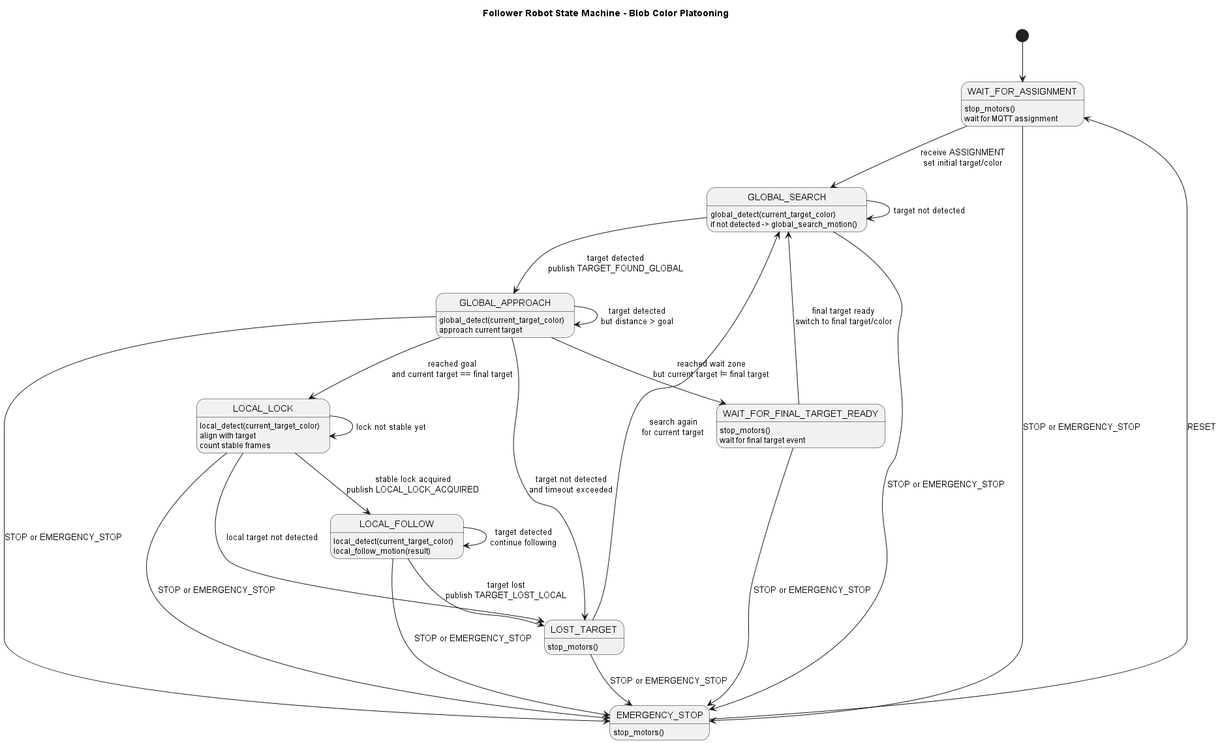
Miguel477713/Platooning-project keeps this PlantUML diagram as mqtt/plantuml_state_machine.png. Above is the earlier version. The source it was exported from:
```plantuml
@startuml
title Follower Robot State Machine - Blob Color Platooning

hide empty description

[*] --> WAIT_FOR_ASSIGNMENT

WAIT_FOR_ASSIGNMENT : stop_motors()
WAIT_FOR_ASSIGNMENT : wait for MQTT assignment
WAIT_FOR_ASSIGNMENT --> GLOBAL_SEARCH : receive ASSIGNMENT\nset initial target/color

GLOBAL_SEARCH : global_detect(current_target_color)
GLOBAL_SEARCH : if not detected -> global_search_motion()
GLOBAL_SEARCH --> GLOBAL_APPROACH : target detected\npublish TARGET_FOUND_GLOBAL
GLOBAL_SEARCH --> GLOBAL_SEARCH : target not detected

GLOBAL_APPROACH : global_detect(current_target_color)
GLOBAL_APPROACH : approach current target
GLOBAL_APPROACH --> LOST_TARGET : target not detected\nand timeout exceeded
GLOBAL_APPROACH --> GLOBAL_APPROACH : target detected\nbut distance > goal
GLOBAL_APPROACH --> LOCAL_LOCK : reached goal\nand current target == final target
GLOBAL_APPROACH --> WAIT_FOR_FINAL_TARGET_READY : reached wait zone\nbut current target != final target

WAIT_FOR_FINAL_TARGET_READY : stop_motors()
WAIT_FOR_FINAL_TARGET_READY : wait for final target event
WAIT_FOR_FINAL_TARGET_READY --> GLOBAL_SEARCH : final target ready\nswitch to final target/color

LOCAL_LOCK : local_detect(current_target_color)
LOCAL_LOCK : align with target
LOCAL_LOCK : count stable frames
LOCAL_LOCK --> LOST_TARGET : local target not detected
LOCAL_LOCK --> LOCAL_LOCK : lock not stable yet
LOCAL_LOCK --> LOCAL_FOLLOW : stable lock acquired\npublish LOCAL_LOCK_ACQUIRED

LOCAL_FOLLOW : local_detect(current_target_color)
LOCAL_FOLLOW : local_follow_motion(result)
LOCAL_FOLLOW --> LOCAL_FOLLOW : target detected\ncontinue following
LOCAL_FOLLOW --> LOST_TARGET : target lost\npublish TARGET_LOST_LOCAL

LOST_TARGET : stop_motors()
LOST_TARGET --> GLOBAL_SEARCH : search again\nfor current target

EMERGENCY_STOP : stop_motors()
EMERGENCY_STOP --> WAIT_FOR_ASSIGNMENT : RESET

WAIT_FOR_ASSIGNMENT --> EMERGENCY_STOP : STOP or EMERGENCY_STOP
GLOBAL_SEARCH --> EMERGENCY_STOP : STOP or EMERGENCY_STOP
GLOBAL_APPROACH --> EMERGENCY_STOP : STOP or EMERGENCY_STOP
WAIT_FOR_FINAL_TARGET_READY --> EMERGENCY_STOP : STOP or EMERGENCY_STOP
LOCAL_LOCK --> EMERGENCY_STOP : STOP or EMERGENCY_STOP
LOCAL_FOLLOW --> EMERGENCY_STOP : STOP or EMERGENCY_STOP
LOST_TARGET --> EMERGENCY_STOP : STOP or EMERGENCY_STOP

@enduml
```
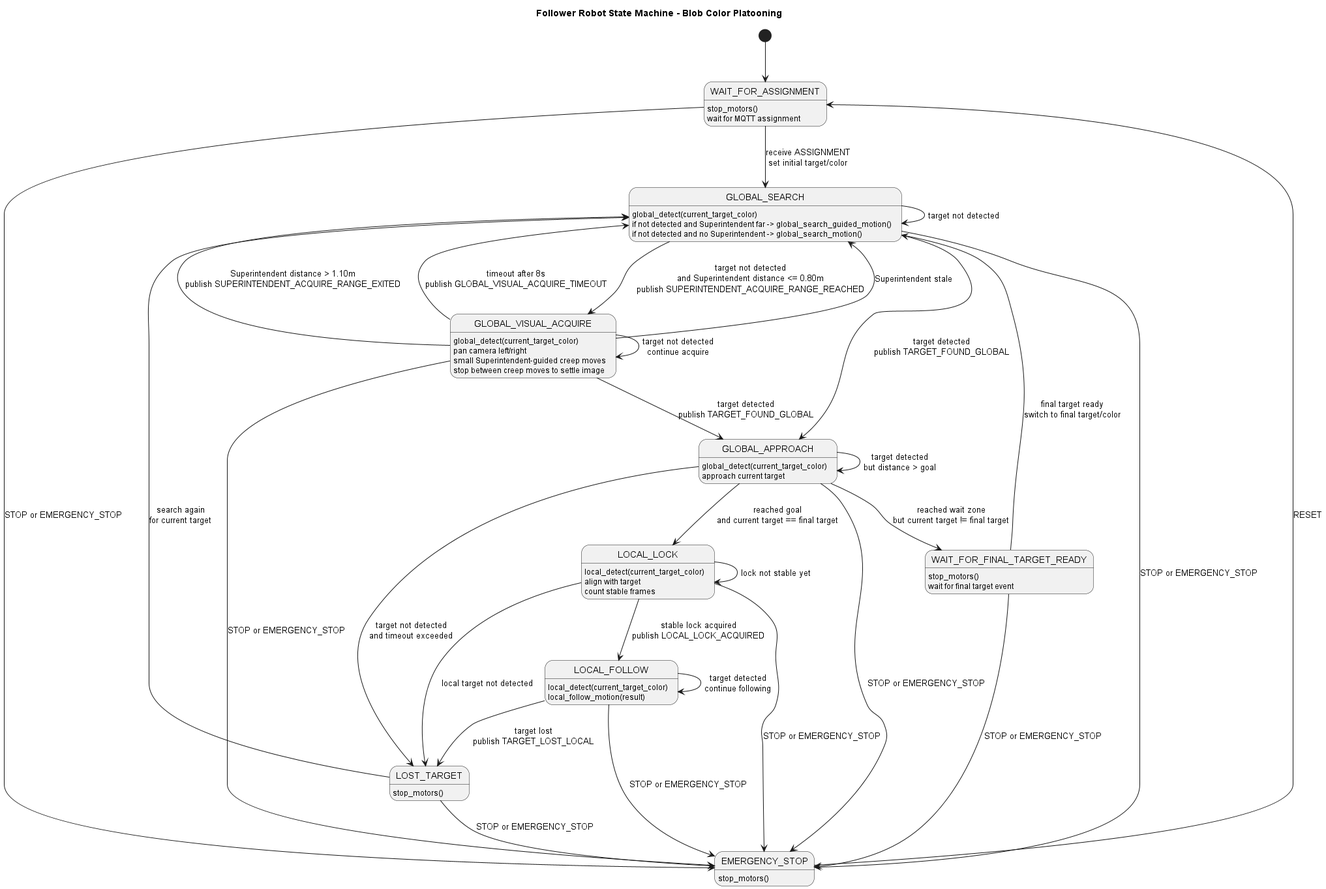
After the commit.

Commit message:
VISUAL_ACQUIRE state for smooth transition from GLOBAL_SEARCH to GLOBAL_APPROACH and MQTT interface for superintendent

What changed in the source:
```diff
@@ -10,9 +10,21 @@
 WAIT_FOR_ASSIGNMENT --> GLOBAL_SEARCH : receive ASSIGNMENT\nset initial target/color
 
 GLOBAL_SEARCH : global_detect(current_target_color)
-GLOBAL_SEARCH : if not detected -> global_search_motion()
+GLOBAL_SEARCH : if not detected and Superintendent far -> global_search_guided_motion()
+GLOBAL_SEARCH : if not detected and no Superintendent -> global_search_motion()
 GLOBAL_SEARCH --> GLOBAL_APPROACH : target detected\npublish TARGET_FOUND_GLOBAL
+GLOBAL_SEARCH --> GLOBAL_VISUAL_ACQUIRE : target not detected\nand Superintendent distance <= 0.80m\npublish SUPERINTENDENT_ACQUIRE_RANGE_REACHED
 GLOBAL_SEARCH --> GLOBAL_SEARCH : target not detected
+
+GLOBAL_VISUAL_ACQUIRE : global_detect(current_target_color)
+GLOBAL_VISUAL_ACQUIRE : pan camera left/right
+GLOBAL_VISUAL_ACQUIRE : small Superintendent-guided creep moves
+GLOBAL_VISUAL_ACQUIRE : stop between creep moves to settle image
+GLOBAL_VISUAL_ACQUIRE --> GLOBAL_APPROACH : target detected\npublish TARGET_FOUND_GLOBAL
+GLOBAL_VISUAL_ACQUIRE --> GLOBAL_SEARCH : Superintendent stale
+GLOBAL_VISUAL_ACQUIRE --> GLOBAL_SEARCH : Superintendent distance > 1.10m\npublish SUPERINTENDENT_ACQUIRE_RANGE_EXITED
+GLOBAL_VISUAL_ACQUIRE --> GLOBAL_SEARCH : timeout after 8s\npublish GLOBAL_VISUAL_ACQUIRE_TIMEOUT
+GLOBAL_VISUAL_ACQUIRE --> GLOBAL_VISUAL_ACQUIRE : target not detected\ncontinue acquire
 
 GLOBAL_APPROACH : global_detect(current_target_color)
 GLOBAL_APPROACH : approach current target
@@ -45,6 +57,7 @@
 
 WAIT_FOR_ASSIGNMENT --> EMERGENCY_STOP : STOP or EMERGENCY_STOP
 GLOBAL_SEARCH --> EMERGENCY_STOP : STOP or EMERGENCY_STOP
+GLOBAL_VISUAL_ACQUIRE --> EMERGENCY_STOP : STOP or EMERGENCY_STOP
 GLOBAL_APPROACH --> EMERGENCY_STOP : STOP or EMERGENCY_STOP
 WAIT_FOR_FINAL_TARGET_READY --> EMERGENCY_STOP : STOP or EMERGENCY_STOP
 LOCAL_LOCK --> EMERGENCY_STOP : STOP or EMERGENCY_STOP
```
